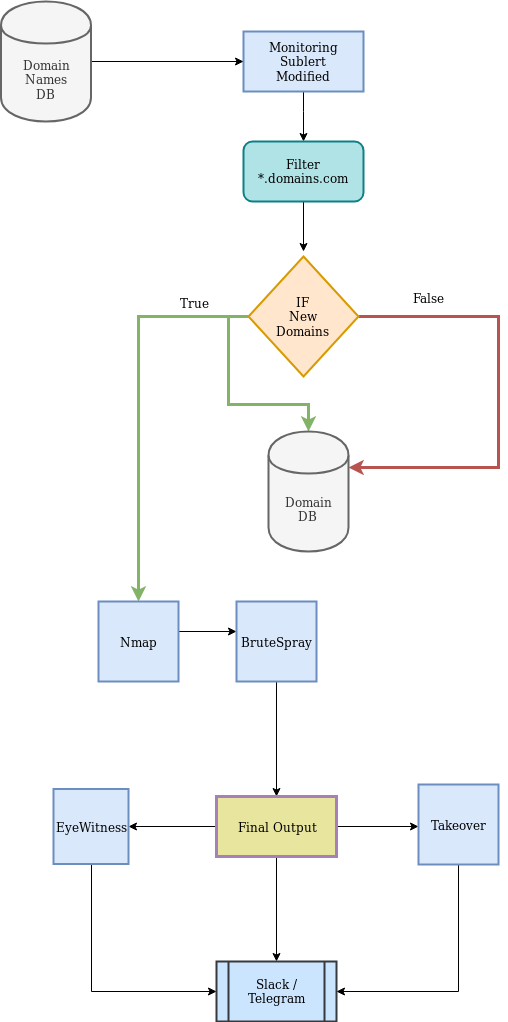
This is flowdiagram/Monitor_Module.png from jamoski3112/ReconBot, a draw.io export, as it was before one commit. Source tidied: cells renumbered, new cells last; positions are measured from the earlier drawing's top-left corner, leaving out a move shared by most shapes. Its diagram source:
```xml
<mxGraphModel>
  <root>
    <mxCell id="0" />
    <mxCell id="1" parent="0" />
    <mxCell id="2" style="edgeStyle=orthogonalEdgeStyle;rounded=0;jettySize=auto;html=1;exitX=0.5;exitY=1;exitDx=0;exitDy=0;entryX=0.5;entryY=0;entryDx=0;entryDy=0;strokeWidth=1;" parent="1" edge="1" source="3" target="25">
      <mxGeometry relative="1" as="geometry">
        <Array as="points">
          <mxPoint x="302" y="110" />
          <mxPoint x="302" y="110" />
        </Array>
      </mxGeometry>
    </mxCell>
    <mxCell id="3" value="&lt;div&gt;Monitoring&lt;/div&gt;&lt;div&gt;Sublert&lt;/div&gt;&lt;div&gt;Modified&lt;br&gt;&lt;/div&gt;" style="rounded=0;whiteSpace=wrap;html=1;fillColor=#dae8fc;strokeColor=#6c8ebf;strokeWidth=2;" parent="1" vertex="1">
      <mxGeometry x="242" y="30" width="120" height="60" as="geometry" />
    </mxCell>
    <mxCell id="4" style="edgeStyle=orthogonalEdgeStyle;rounded=0;jettySize=auto;html=1;exitX=0;exitY=0.5;exitDx=0;exitDy=0;fillColor=#d5e8d4;strokeColor=#82b366;strokeWidth=3;entryX=0.5;entryY=0;entryDx=0;entryDy=0;" parent="1" edge="1" source="7" target="12">
      <mxGeometry relative="1" as="geometry" />
    </mxCell>
    <mxCell id="5" style="edgeStyle=orthogonalEdgeStyle;rounded=0;jettySize=auto;html=1;exitX=1;exitY=0.5;exitDx=0;exitDy=0;fillColor=#f8cecc;strokeColor=#b85450;strokeWidth=3;entryX=1;entryY=0.3;entryDx=0;entryDy=0;" parent="1" edge="1" source="7" target="10">
      <mxGeometry relative="1" as="geometry">
        <Array as="points">
          <mxPoint x="497" y="315" />
          <mxPoint x="497" y="466" />
        </Array>
      </mxGeometry>
    </mxCell>
    <mxCell id="6" style="edgeStyle=orthogonalEdgeStyle;rounded=0;jettySize=auto;html=1;exitX=0;exitY=0.5;exitDx=0;exitDy=0;entryX=0.5;entryY=0;entryDx=0;entryDy=0;strokeWidth=3;fillColor=#d5e8d4;strokeColor=#82b366;" parent="1" edge="1" source="7" target="10">
      <mxGeometry relative="1" as="geometry" />
    </mxCell>
    <mxCell id="7" value="&lt;div&gt;IF&lt;/div&gt;&lt;div&gt;New &lt;br&gt;&lt;/div&gt;&lt;div&gt;Domains&lt;br&gt;&lt;/div&gt;" style="rhombus;whiteSpace=wrap;html=1;strokeWidth=2;fillColor=#ffe6cc;strokeColor=#d79b00;" parent="1" vertex="1">
      <mxGeometry x="247" y="255" width="110" height="120" as="geometry" />
    </mxCell>
    <mxCell id="8" value="True" style="text;html=1;align=left;verticalAlign=top;spacingTop=-4;" parent="1" vertex="1">
      <mxGeometry x="177" y="292" width="40" height="20" as="geometry" />
    </mxCell>
    <mxCell id="9" value="False" style="text;html=1;align=left;verticalAlign=top;spacingTop=-4;" parent="1" vertex="1">
      <mxGeometry x="410" y="287" width="50" height="20" as="geometry" />
    </mxCell>
    <mxCell id="10" value="&lt;div&gt;Domain&lt;/div&gt;&lt;div&gt;DB&lt;br&gt;&lt;/div&gt;" style="shape=cylinder;whiteSpace=wrap;html=1;boundedLbl=1;backgroundOutline=1;strokeWidth=2;fillColor=#f5f5f5;strokeColor=#666666;fontColor=#333333;" parent="1" vertex="1">
      <mxGeometry x="267" y="430" width="80" height="120" as="geometry" />
    </mxCell>
    <mxCell id="11" style="edgeStyle=orthogonalEdgeStyle;rounded=0;orthogonalLoop=1;jettySize=auto;html=1;exitX=1;exitY=0.5;exitDx=0;exitDy=0;" parent="1" edge="1">
      <mxGeometry relative="1" as="geometry">
        <mxPoint x="177" y="630" as="sourcePoint" />
        <mxPoint x="235" y="630" as="targetPoint" />
      </mxGeometry>
    </mxCell>
    <mxCell id="12" value="Nmap" style="whiteSpace=wrap;html=1;fillColor=#dae8fc;strokeColor=#6c8ebf;strokeWidth=2;" parent="1" vertex="1">
      <mxGeometry x="97" y="600" width="80" height="80" as="geometry" />
    </mxCell>
    <mxCell id="13" style="edgeStyle=orthogonalEdgeStyle;rounded=0;jettySize=auto;html=1;exitX=0.5;exitY=1;exitDx=0;exitDy=0;entryX=0.5;entryY=0;entryDx=0;entryDy=0;" parent="1" edge="1" source="14" target="18">
      <mxGeometry relative="1" as="geometry" />
    </mxCell>
    <mxCell id="14" value="BruteSpray" style="whiteSpace=wrap;html=1;fillColor=#dae8fc;strokeColor=#6c8ebf;strokeWidth=2;" parent="1" vertex="1">
      <mxGeometry x="235" y="600" width="80" height="80" as="geometry" />
    </mxCell>
    <mxCell id="15" style="edgeStyle=orthogonalEdgeStyle;rounded=0;jettySize=auto;html=1;exitX=0.5;exitY=1;exitDx=0;exitDy=0;" parent="1" edge="1" source="18">
      <mxGeometry relative="1" as="geometry">
        <mxPoint x="275" y="960" as="targetPoint" />
      </mxGeometry>
    </mxCell>
    <mxCell id="16" style="edgeStyle=orthogonalEdgeStyle;rounded=0;jettySize=auto;html=1;exitX=1;exitY=0.5;exitDx=0;exitDy=0;strokeWidth=1;" parent="1" edge="1" source="18">
      <mxGeometry relative="1" as="geometry">
        <mxPoint x="417" y="825" as="targetPoint" />
      </mxGeometry>
    </mxCell>
    <mxCell id="17" style="edgeStyle=orthogonalEdgeStyle;rounded=0;jettySize=auto;html=1;exitX=0;exitY=0.5;exitDx=0;exitDy=0;strokeWidth=1;entryX=1;entryY=0.5;entryDx=0;entryDy=0;" parent="1" edge="1" source="18" target="23">
      <mxGeometry relative="1" as="geometry" />
    </mxCell>
    <mxCell id="18" value="Final Output" style="rounded=0;whiteSpace=wrap;html=1;fillColor=#E8E69E;strokeWidth=3;strokeColor=#A680B8;" parent="1" vertex="1">
      <mxGeometry x="215" y="795" width="120" height="60" as="geometry" />
    </mxCell>
    <mxCell id="19" value="Slack / Telegram" style="shape=process;whiteSpace=wrap;html=1;backgroundOutline=1;fillColor=#cce5ff;strokeColor=#36393d;strokeWidth=2;" parent="1" vertex="1">
      <mxGeometry x="215" y="960" width="120" height="60" as="geometry" />
    </mxCell>
    <mxCell id="20" style="edgeStyle=orthogonalEdgeStyle;rounded=0;jettySize=auto;html=1;exitX=0.5;exitY=1;exitDx=0;exitDy=0;entryX=1;entryY=0.5;entryDx=0;entryDy=0;strokeWidth=1;" parent="1" edge="1" source="21" target="19">
      <mxGeometry relative="1" as="geometry" />
    </mxCell>
    <mxCell id="21" value="Takeover" style="whiteSpace=wrap;html=1;strokeColor=#6c8ebf;strokeWidth=2;fillColor=#dae8fc;" parent="1" vertex="1">
      <mxGeometry x="417" y="783" width="80" height="80" as="geometry" />
    </mxCell>
    <mxCell id="22" style="edgeStyle=orthogonalEdgeStyle;rounded=0;jettySize=auto;html=1;exitX=0.5;exitY=1;exitDx=0;exitDy=0;entryX=0;entryY=0.5;entryDx=0;entryDy=0;strokeWidth=1;" parent="1" edge="1" source="23" target="19">
      <mxGeometry relative="1" as="geometry" />
    </mxCell>
    <mxCell id="23" value="EyeWitness" style="whiteSpace=wrap;html=1;strokeColor=#6c8ebf;strokeWidth=2;fillColor=#dae8fc;" parent="1" vertex="1">
      <mxGeometry x="52" y="787.5" width="75" height="75" as="geometry" />
    </mxCell>
    <mxCell id="24" style="edgeStyle=orthogonalEdgeStyle;rounded=0;jettySize=auto;html=1;exitX=0.5;exitY=1;exitDx=0;exitDy=0;strokeWidth=1;" parent="1" edge="1" source="25">
      <mxGeometry relative="1" as="geometry">
        <mxPoint x="302" y="250" as="targetPoint" />
      </mxGeometry>
    </mxCell>
    <mxCell id="25" value="&lt;div&gt;Filter&lt;/div&gt;&lt;div&gt;*.domains.com&lt;br&gt;&lt;/div&gt;" style="rounded=1;whiteSpace=wrap;html=1;strokeWidth=2;fillColor=#b0e3e6;strokeColor=#0e8088;" parent="1" vertex="1">
      <mxGeometry x="242" y="140" width="120" height="60" as="geometry" />
    </mxCell>
    <mxCell id="26" style="edgeStyle=orthogonalEdgeStyle;rounded=0;jettySize=auto;html=1;exitX=1;exitY=0.5;exitDx=0;exitDy=0;entryX=0;entryY=0.5;entryDx=0;entryDy=0;strokeWidth=1;" parent="1" edge="1" source="27" target="3">
      <mxGeometry relative="1" as="geometry" />
    </mxCell>
    <mxCell id="27" value="&lt;div&gt;Domain&lt;/div&gt;&lt;div&gt;Names&lt;/div&gt;&lt;div&gt;DB&lt;br&gt;&lt;/div&gt;" style="shape=cylinder;whiteSpace=wrap;html=1;boundedLbl=1;backgroundOutline=1;strokeWidth=2;fillColor=#f5f5f5;strokeColor=#666666;fontColor=#333333;" parent="1" vertex="1">
      <mxGeometry x="-0.5" width="90" height="120" as="geometry" />
    </mxCell>
  </root>
</mxGraphModel>
```
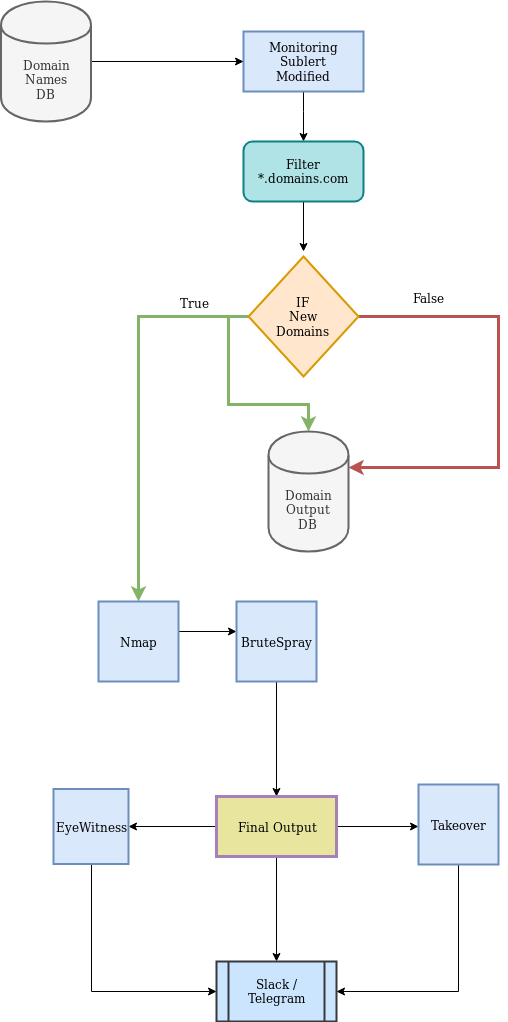
Later version of the same file.

Commit message:
Monitor Module DB name

What changed in the source:
```diff
@@ -36,7 +36,7 @@
     <mxCell id="9" value="False" style="text;html=1;align=left;verticalAlign=top;spacingTop=-4;" parent="1" vertex="1">
       <mxGeometry x="410" y="287" width="50" height="20" as="geometry" />
     </mxCell>
-    <mxCell id="10" value="&lt;div&gt;Domain&lt;/div&gt;&lt;div&gt;DB&lt;br&gt;&lt;/div&gt;" style="shape=cylinder;whiteSpace=wrap;html=1;boundedLbl=1;backgroundOutline=1;strokeWidth=2;fillColor=#f5f5f5;strokeColor=#666666;fontColor=#333333;" parent="1" vertex="1">
+    <mxCell id="10" value="&lt;div&gt;Domain&lt;/div&gt;&lt;div&gt;Output&lt;br&gt;&lt;/div&gt;&lt;div&gt;DB&lt;br&gt;&lt;/div&gt;" style="shape=cylinder;whiteSpace=wrap;html=1;boundedLbl=1;backgroundOutline=1;strokeWidth=2;fillColor=#f5f5f5;strokeColor=#666666;fontColor=#333333;" parent="1" vertex="1">
       <mxGeometry x="267" y="430" width="80" height="120" as="geometry" />
     </mxCell>
     <mxCell id="11" style="edgeStyle=orthogonalEdgeStyle;rounded=0;orthogonalLoop=1;jettySize=auto;html=1;exitX=1;exitY=0.5;exitDx=0;exitDy=0;" parent="1" edge="1">
```
